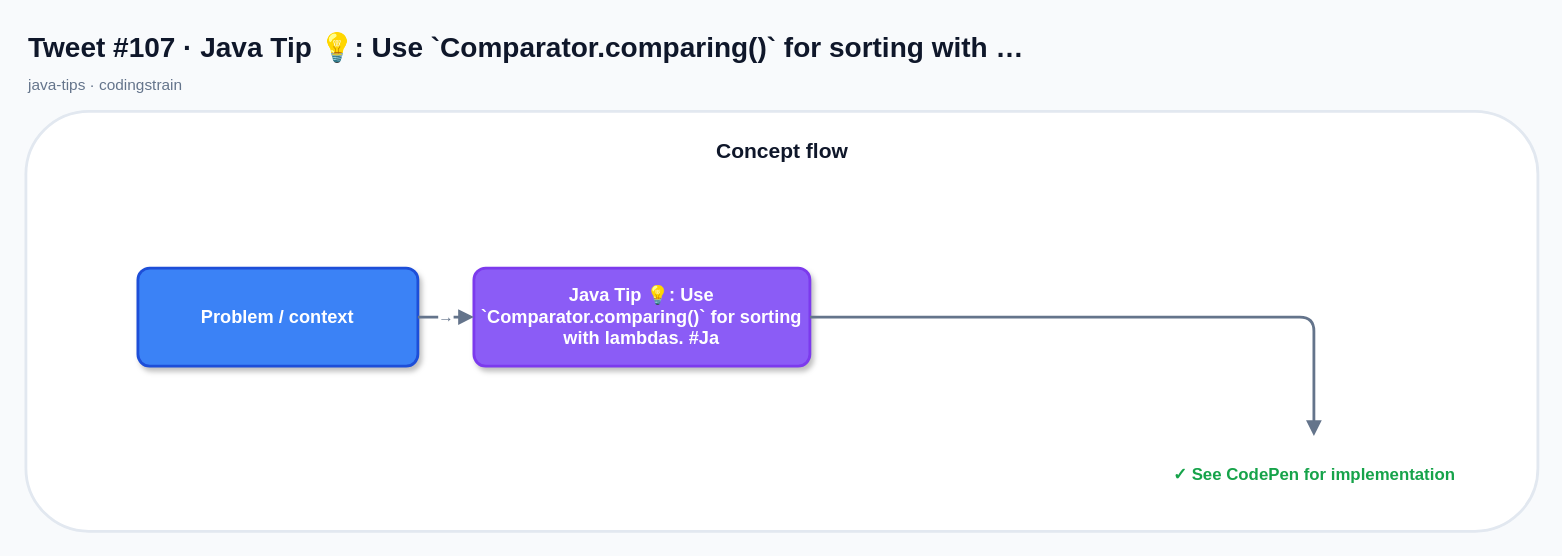
Before: x-posts-examples/generated-x-posts/drawio/tweet-107.drawio in mcasari/codingstrain, a draw.io diagram. Source tidied: cells renumbered, new cells numbered last; positions are measured from the earlier drawing's top-left corner, leaving out a move shared by most shapes. Both pictures are drawn from the tidied source at 140%, with x=0, y=0 at pixel (25, 24).
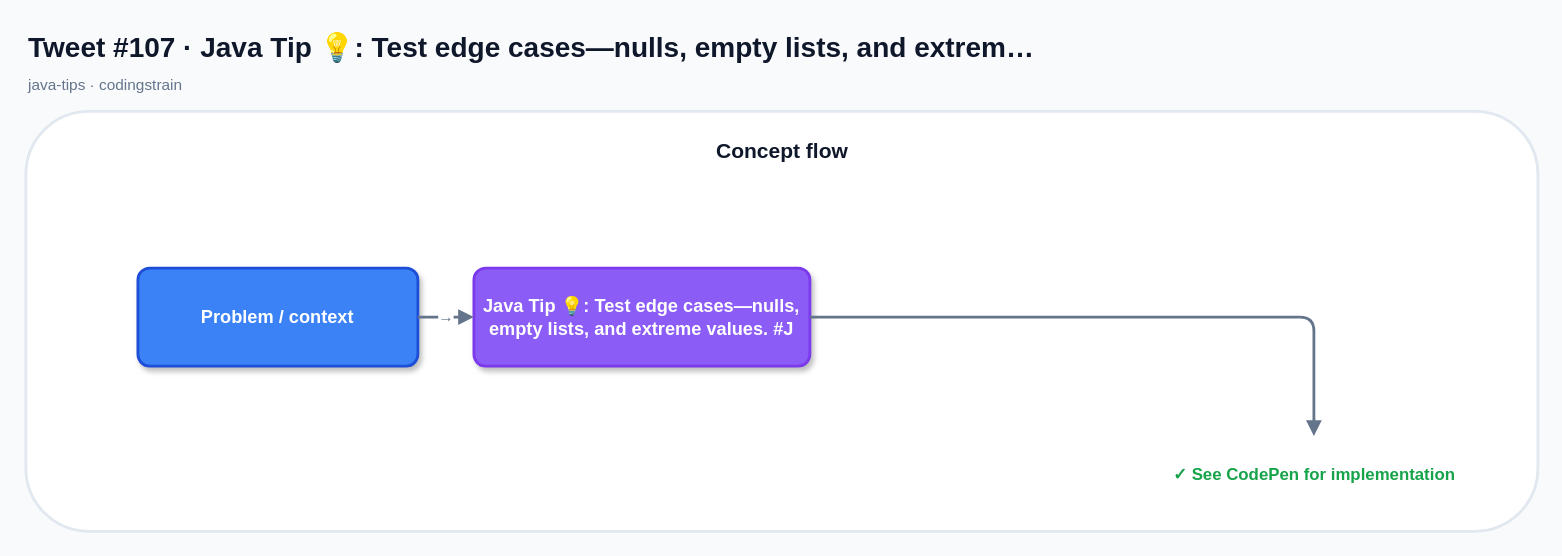
After the change.

Diff of the diagram source:
```diff
@@
 <mxGraphModel background="#F8FAFC">
   <root>
     <mxCell id="0" />
     <mxCell id="1" parent="0" />
-    <mxCell id="2" value="Tweet #107 · Java Tip 💡: Use `Comparator.comparing()` for sorting with …" style="text;html=1;strokeColor=none;fillColor=none;align=left;verticalAlign=middle;fontSize=20;fontStyle=1;fontColor=#0F172A;" parent="1" vertex="1">
+    <mxCell id="2" value="Tweet #107 · Java Tip 💡: Test edge cases—nulls, empty lists, and extrem…" style="text;html=1;strokeColor=none;fillColor=none;align=left;verticalAlign=middle;fontSize=20;fontStyle=1;fontColor=#0F172A;" parent="1" vertex="1">
       <mxGeometry width="760" height="32" as="geometry" />
     </mxCell>
     <mxCell id="3" value="java-tips · codingstrain" style="text;html=1;strokeColor=none;fillColor=none;align=left;verticalAlign=middle;fontSize=11;fontStyle=0;fontColor=#64748B;" parent="1" vertex="1">
       <mxGeometry y="32" width="520" height="22" as="geometry" />
     </mxCell>
     <mxCell id="4" style="rounded=1;fillColor=#FFFFFF;strokeColor=#E2E8F0;strokeWidth=2;shadow=0;" parent="1" vertex="1">
       <mxGeometry y="62" width="1080" height="300" as="geometry" />
     </mxCell>
     <mxCell id="5" value="Concept flow" style="text;html=1;strokeColor=none;fillColor=none;align=center;verticalAlign=middle;fontSize=15;fontStyle=1;fontColor=#0F172A;" parent="1" vertex="1">
       <mxGeometry x="20" y="76" width="1040" height="28" as="geometry" />
     </mxCell>
     <mxCell id="6" value="Problem / context" style="rounded=1;whiteSpace=wrap;html=1;arcSize=12;fillColor=#3B82F6;strokeColor=#1D4ED8;strokeWidth=2;fontColor=#FFFFFF;fontSize=13;fontStyle=1;shadow=1;align=center;verticalAlign=middle;" parent="1" vertex="1">
       <mxGeometry x="80" y="174" width="200" height="70" as="geometry" />
     </mxCell>
-    <mxCell id="7" value="Java Tip 💡: Use `Comparator.comparing()` for sorting with lambdas. #Ja" style="rounded=1;whiteSpace=wrap;html=1;arcSize=12;fillColor=#8B5CF6;strokeColor=#7C3AED;strokeWidth=2;fontColor=#FFFFFF;fontSize=13;fontStyle=1;shadow=1;align=center;verticalAlign=middle;" parent="1" vertex="1">
+    <mxCell id="7" value="Java Tip 💡: Test edge cases—nulls, empty lists, and extreme values. #J" style="rounded=1;whiteSpace=wrap;html=1;arcSize=12;fillColor=#8B5CF6;strokeColor=#7C3AED;strokeWidth=2;fontColor=#FFFFFF;fontSize=13;fontStyle=1;shadow=1;align=center;verticalAlign=middle;" parent="1" vertex="1">
       <mxGeometry x="320" y="174" width="240" height="70" as="geometry" />
     </mxCell>
     <mxCell id="8" value="→" style="edgeStyle=orthogonalEdgeStyle;rounded=1;jettySize=auto;html=1;endArrow=block;endFill=1;startArrow=none;strokeColor=#64748B;strokeWidth=2;fontColor=#64748B;fontSize=11;" parent="1" edge="1" source="6" target="7">
       <mxGeometry relative="1" as="geometry" />
     </mxCell>
     <mxCell id="9" value="✓ See CodePen for implementation" style="text;html=1;strokeColor=none;fillColor=none;align=center;verticalAlign=middle;fontSize=12;fontStyle=1;fontColor=#16A34A;" parent="1" vertex="1">
       <mxGeometry x="800" y="294" width="240" height="56" as="geometry" />
     </mxCell>
     <mxCell id="10" style="edgeStyle=orthogonalEdgeStyle;rounded=1;jettySize=auto;html=1;endArrow=block;endFill=1;startArrow=none;strokeColor=#64748B;strokeWidth=2;fontColor=#64748B;fontSize=11;" parent="1" edge="1" source="7" target="9">
       <mxGeometry relative="1" as="geometry" />
     </mxCell>
   </root>
 </mxGraphModel>
```
